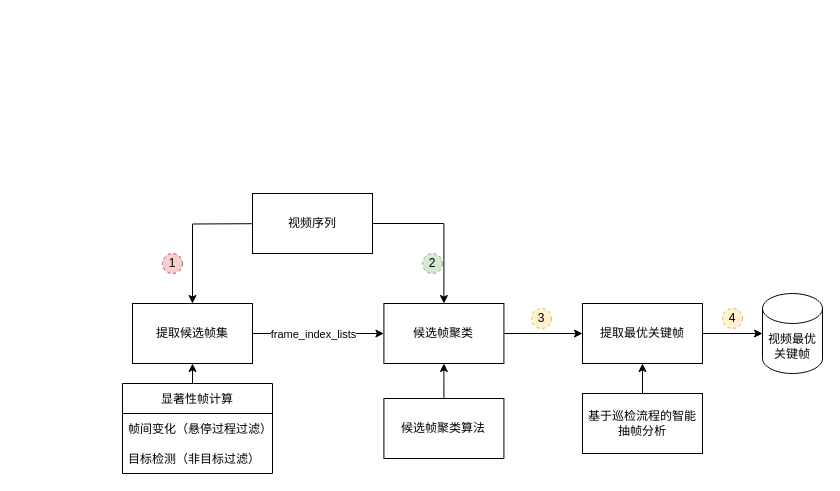
The draw.io diagram 视频抽帧.drawio in paleblackless/diagrams, before the edit. Source tidied: cells renumbered, new cells numbered last; positions are measured from the earlier drawing's top-left corner, leaving out a move shared by most shapes. Both pictures are drawn from the tidied source at 100%, with x=0, y=0 at pixel (122, 193).
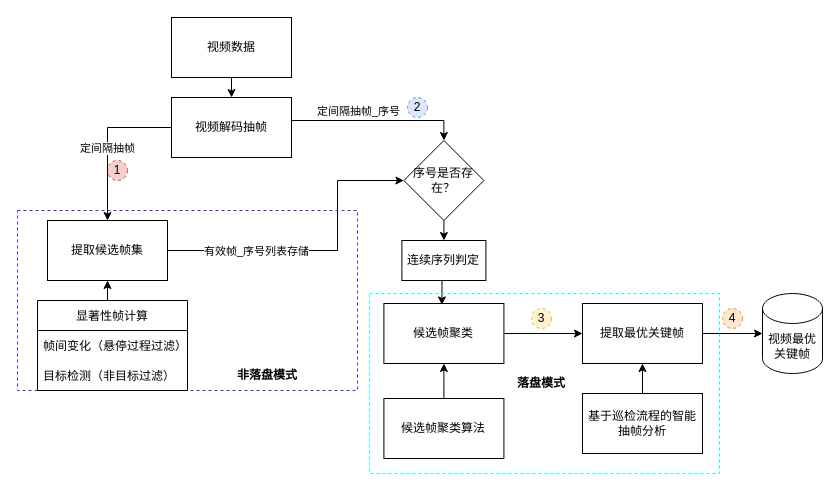
After the change.

Commit message (it also covers changes not shown here):
更新视频抽帧.drawio

The change refers to these unchanged cells:
```xml
<mxCell id="6" value="候选帧聚类" style="rounded=0;whiteSpace=wrap;html=1;" parent="1" vertex="1">
  <mxGeometry x="261.4" y="110" width="120" height="60" as="geometry" />
</mxCell>
```

What changed in the source:
```diff
@@
+    <mxCell id="25" style="rounded=0;whiteSpace=wrap;html=1;fillColor=none;dashed=1;strokeWidth=1;strokeColor=#3333FF;" parent="1" vertex="1">
+      <mxGeometry x="-105" y="17" width="340" height="180" as="geometry" />
+    </mxCell>
+    <mxCell id="26" value="&lt;b&gt;非落盘模式&lt;/b&gt;" style="text;html=1;strokeColor=none;fillColor=none;align=center;verticalAlign=middle;whiteSpace=wrap;rounded=0;dashed=1;" parent="1" vertex="1">
+      <mxGeometry x="105" y="167" width="80" height="30" as="geometry" />
+    </mxCell>
-    <mxCell id="2" style="edgeStyle=orthogonalEdgeStyle;rounded=0;jettySize=auto;html=1;entryX=0;entryY=0.5;entryDx=0;entryDy=0;" parent="1" edge="1" source="4" target="6">
-      <mxGeometry relative="1" as="geometry" />
+    <mxCell id="2" style="edgeStyle=orthogonalEdgeStyle;rounded=0;jettySize=auto;html=1;entryX=0;entryY=0.5;entryDx=0;entryDy=0;" parent="1" edge="1" source="4" target="36">
+      <mxGeometry relative="1" as="geometry">
+        <Array as="points">
+          <mxPoint x="215" y="57" />
+          <mxPoint x="215" y="-13" />
+        </Array>
+      </mxGeometry>
     </mxCell>
-    <mxCell id="3" value="frame_index_lists" style="edgeLabel;html=1;align=center;verticalAlign=middle;" parent="2" vertex="1">
+    <mxCell id="3" value="有效帧_序号列表存储" style="edgeLabel;html=1;align=center;verticalAlign=middle;" parent="2" vertex="1">
       <mxGeometry x="-0.26" y="-1" relative="1" as="geometry">
-        <mxPoint x="11" y="-1" as="offset" />
+        <mxPoint x="-25" y="-1" as="offset" />
       </mxGeometry>
     </mxCell>
     <mxCell id="4" value="提取候选帧集" style="rounded=0;whiteSpace=wrap;html=1;" parent="1" vertex="1">
-      <mxGeometry x="10" y="110" width="120" height="60" as="geometry" />
+      <mxGeometry x="-75" y="27" width="120" height="60" as="geometry" />
     </mxCell>
@@
     <mxCell id="10" value="显著性帧计算" style="swimlane;fontStyle=0;horizontal=1;startSize=30;" parent="1" vertex="1">
-      <mxGeometry y="190" width="150" height="90" as="geometry" />
+      <mxGeometry x="-85" y="107" width="150" height="90" as="geometry" />
     </mxCell>
@@
-    <mxCell id="17" style="edgeStyle=orthogonalEdgeStyle;rounded=0;jettySize=auto;html=1;entryX=0.5;entryY=0;entryDx=0;entryDy=0;" parent="1" edge="1" target="4">
-      <mxGeometry relative="1" as="geometry">
-        <mxPoint x="170" y="30" as="sourcePoint" />
-      </mxGeometry>
-    </mxCell>
-    <mxCell id="18" style="edgeStyle=orthogonalEdgeStyle;rounded=0;jettySize=auto;html=1;exitX=1;exitY=0.5;exitDx=0;exitDy=0;entryX=0.5;entryY=0;entryDx=0;entryDy=0;" parent="1" edge="1" source="19" target="6">
-      <mxGeometry relative="1" as="geometry" />
-    </mxCell>
+    <mxCell id="27" style="edgeStyle=orthogonalEdgeStyle;rounded=0;jettySize=auto;html=1;exitX=0.5;exitY=1;exitDx=0;exitDy=0;entryX=0.5;entryY=0;entryDx=0;entryDy=0;" parent="1" edge="1" source="19" target="33">
+      <mxGeometry relative="1" as="geometry" />
+    </mxCell>
-    <mxCell id="19" value="视频序列" style="rounded=0;whiteSpace=wrap;html=1;" parent="1" vertex="1">
-      <mxGeometry x="130" width="120" height="60" as="geometry" />
+    <mxCell id="19" value="视频数据" style="rounded=0;whiteSpace=wrap;html=1;" parent="1" vertex="1">
+      <mxGeometry x="49" y="-176" width="120" height="60" as="geometry" />
     </mxCell>
     <mxCell id="20" value="1" style="ellipse;whiteSpace=wrap;html=1;dashed=1;fillColor=#f8cecc;strokeColor=#b85450;" parent="1" vertex="1">
-      <mxGeometry x="40" y="60" width="20" height="20" as="geometry" />
+      <mxGeometry x="-15" y="-33" width="20" height="20" as="geometry" />
     </mxCell>
-    <mxCell id="21" value="2" style="ellipse;whiteSpace=wrap;html=1;dashed=1;fillColor=#d5e8d4;strokeColor=#82b366;" parent="1" vertex="1">
-      <mxGeometry x="300" y="60" width="20" height="20" as="geometry" />
-    </mxCell>
@@
-    <mxCell id="24" value="4" style="ellipse;whiteSpace=wrap;html=1;dashed=1;fillColor=#fff2cc;strokeColor=#d6b656;" parent="1" vertex="1">
+    <mxCell id="24" value="4" style="ellipse;whiteSpace=wrap;html=1;dashed=1;fillColor=#ffe6cc;strokeColor=#d79b00;" parent="1" vertex="1">
       <mxGeometry x="600" y="115" width="20" height="20" as="geometry" />
     </mxCell>
+    <mxCell id="28" style="edgeStyle=orthogonalEdgeStyle;rounded=0;jettySize=auto;html=1;exitX=0;exitY=0.5;exitDx=0;exitDy=0;entryX=0.5;entryY=0;entryDx=0;entryDy=0;" parent="1" edge="1" source="33" target="4">
+      <mxGeometry relative="1" as="geometry" />
+    </mxCell>
+    <mxCell id="29" value="定间隔抽帧" style="edgeLabel;html=1;align=center;verticalAlign=middle;" parent="28" vertex="1">
+      <mxGeometry x="-0.46" y="-1" relative="1" as="geometry">
+        <mxPoint x="-23" y="21" as="offset" />
+      </mxGeometry>
+    </mxCell>
+    <mxCell id="30" style="edgeStyle=orthogonalEdgeStyle;rounded=0;jettySize=auto;html=1;exitX=1;exitY=0.5;exitDx=0;exitDy=0;entryX=0.5;entryY=0;entryDx=0;entryDy=0;" parent="1" edge="1" source="33" target="36">
+      <mxGeometry relative="1" as="geometry">
+        <Array as="points">
+          <mxPoint x="169" y="-73" />
+        </Array>
+      </mxGeometry>
+    </mxCell>
+    <mxCell id="31" style="edgeLabel;html=1;align=center;verticalAlign=middle;" parent="30" vertex="1">
+      <mxGeometry x="-0.83" y="1" relative="1" as="geometry" />
+    </mxCell>
+    <mxCell id="32" value="定间隔抽帧_序号" style="edgeLabel;html=1;align=center;verticalAlign=middle;" parent="30" vertex="1">
+      <mxGeometry x="-0.85" y="2" relative="1" as="geometry">
+        <mxPoint x="60" y="-8" as="offset" />
+      </mxGeometry>
+    </mxCell>
+    <mxCell id="33" value="视频解码抽帧" style="rounded=0;whiteSpace=wrap;html=1;fillColor=none;" parent="1" vertex="1">
+      <mxGeometry x="49" y="-96" width="120" height="60" as="geometry" />
+    </mxCell>
+    <mxCell id="34" style="edgeStyle=orthogonalEdgeStyle;rounded=0;orthogonalLoop=1;jettySize=auto;html=1;exitX=0.572;exitY=1.006;exitDx=0;exitDy=0;entryX=0.55;entryY=0.024;entryDx=0;entryDy=0;entryPerimeter=0;exitPerimeter=0;" parent="1" edge="1">
+      <mxGeometry relative="1" as="geometry">
+        <mxPoint x="319.5" y="87.2" as="sourcePoint" />
+        <mxPoint x="319.4" y="111.4" as="targetPoint" />
+      </mxGeometry>
+    </mxCell>
+    <mxCell id="35" style="edgeStyle=orthogonalEdgeStyle;rounded=0;jettySize=auto;html=1;exitX=0.5;exitY=1;exitDx=0;exitDy=0;entryX=0.5;entryY=0;entryDx=0;entryDy=0;" parent="1" edge="1" source="36" target="39">
+      <mxGeometry relative="1" as="geometry" />
+    </mxCell>
+    <mxCell id="36" value="序号是否存在？" style="rhombus;whiteSpace=wrap;html=1;fillColor=none;" parent="1" vertex="1">
+      <mxGeometry x="281.4" y="-53" width="80" height="80" as="geometry" />
+    </mxCell>
+    <mxCell id="37" style="rounded=0;whiteSpace=wrap;html=1;fillColor=none;dashed=1;strokeWidth=1;strokeColor=#00FFFF;" parent="1" vertex="1">
+      <mxGeometry x="247" y="100" width="350" height="180" as="geometry" />
+    </mxCell>
+    <mxCell id="38" value="&lt;b&gt;落盘模式&lt;/b&gt;" style="text;html=1;strokeColor=none;fillColor=none;align=center;verticalAlign=middle;whiteSpace=wrap;rounded=0;dashed=1;" parent="1" vertex="1">
+      <mxGeometry x="379" y="175" width="80" height="30" as="geometry" />
+    </mxCell>
+    <mxCell id="21" value="2" style="ellipse;whiteSpace=wrap;html=1;dashed=1;fillColor=#dae8fc;strokeColor=#6c8ebf;" parent="1" vertex="1">
+      <mxGeometry x="285" y="-96" width="20" height="20" as="geometry" />
+    </mxCell>
+    <mxCell id="39" value="连续序列判定" style="rounded=0;whiteSpace=wrap;html=1;strokeColor=#000000;strokeWidth=1;fillColor=none;gradientColor=default;" parent="1" vertex="1">
+      <mxGeometry x="279.4" y="47" width="84" height="40" as="geometry" />
+    </mxCell>
```
